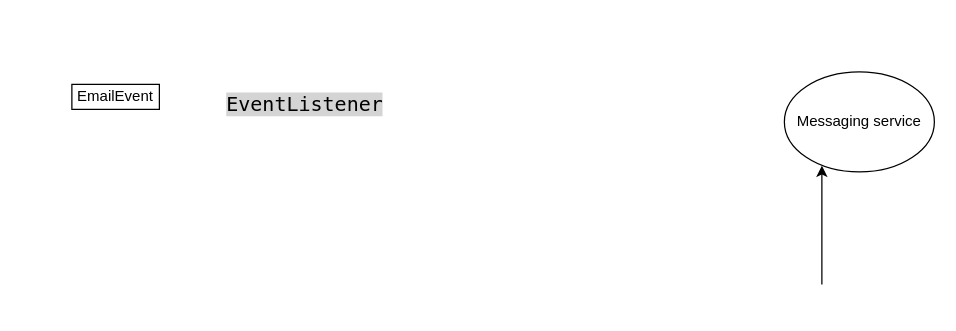
hoa89nguyen/testGIT keeps this draw.io diagram as Untitled Diagram.drawio. Above is the earlier version. Source tidied: cells renumbered, new cells numbered last; positions are measured from the earlier drawing's top-left corner, leaving out a move shared by most shapes. Both pictures are drawn from the tidied source at 125%, with x=0, y=0 at pixel (71, 71).
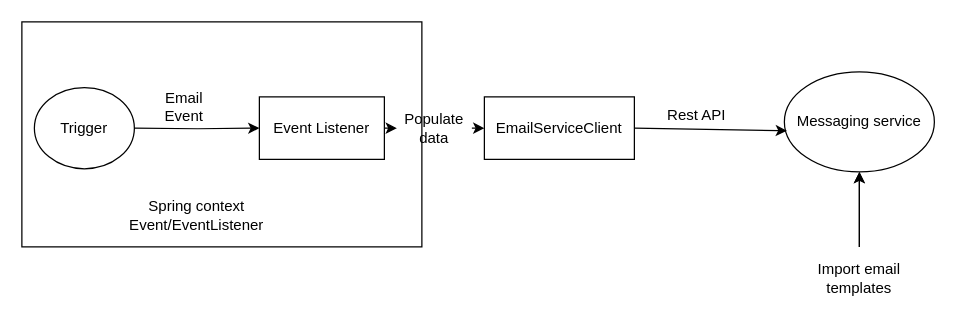
After the change.

What changed in the source:
```diff
@@
 <mxGraphModel>
   <root>
     <mxCell id="0" />
     <mxCell id="1" parent="0" />
-    <mxCell id="2" value="EmailEvent" style="rounded=0;whiteSpace=wrap;html=1;" parent="1" vertex="1">
-      <mxGeometry y="10" width="70" height="20" as="geometry" />
-    </mxCell>
-    <mxCell id="3" value="&lt;span style=&quot;background-color: rgb(255, 255, 255); padding: 0px 0px 0px 2px;&quot;&gt;&lt;span style=&quot;color: rgb(0, 0, 0); background-color: rgb(255, 255, 255); font-family: Menlo; font-size: 12pt; white-space: pre;&quot;&gt;&lt;span style=&quot;color: rgb(0, 0, 0);&quot;&gt;&lt;/span&gt;&lt;span style=&quot;color: rgb(0, 0, 0); background-color: rgb(212, 212, 212);&quot;&gt;EventListener&lt;/span&gt;&lt;/span&gt;&lt;/span&gt;" style="text;whiteSpace=wrap;html=1;" parent="1" vertex="1">
-      <mxGeometry x="120" y="10" width="130" height="40" as="geometry" />
-    </mxCell>
+    <mxCell id="6" style="rounded=0;whiteSpace=wrap;html=1;gradientColor=none;" parent="1" vertex="1">
+      <mxGeometry x="-40" y="-40" width="320" height="180" as="geometry" />
+    </mxCell>
+    <mxCell id="7" style="edgeStyle=orthogonalEdgeStyle;rounded=0;jettySize=auto;html=1;exitX=1;exitY=0.5;exitDx=0;exitDy=0;entryX=0;entryY=0.5;entryDx=0;entryDy=0;" parent="1" edge="1" target="10">
+      <mxGeometry relative="1" as="geometry">
+        <mxPoint x="50" y="45" as="sourcePoint" />
+      </mxGeometry>
+    </mxCell>
     <mxCell id="4" value="Messaging service" style="ellipse;whiteSpace=wrap;html=1;" parent="1" vertex="1">
       <mxGeometry x="570" width="120" height="80" as="geometry" />
     </mxCell>
-    <mxCell id="5" style="endArrow=classic;html=1;rounded=0;entryX=0.25;entryY=0.938;entryDx=0;entryDy=0;entryPerimeter=0;" parent="1" edge="1" target="4">
+    <mxCell id="5" style="endArrow=classic;html=1;rounded=0;entryX=0.5;entryY=1;entryDx=0;entryDy=0;" parent="1" edge="1" target="4">
       <mxGeometry relative="1" as="geometry">
-        <mxPoint x="600" y="170" as="sourcePoint" />
+        <mxPoint x="630" y="140" as="sourcePoint" />
       </mxGeometry>
     </mxCell>
+    <mxCell id="8" style="edgeStyle=orthogonalEdgeStyle;rounded=0;jettySize=auto;html=1;" parent="1" edge="1" source="9" target="4">
+      <mxGeometry relative="1" as="geometry" />
+    </mxCell>
+    <mxCell id="9" value="Import email templates" style="text;html=1;align=center;verticalAlign=middle;whiteSpace=wrap;rounded=0;" parent="1" vertex="1">
+      <mxGeometry x="580" y="140" width="100" height="50" as="geometry" />
+    </mxCell>
+    <mxCell id="10" value="Event Listener" style="rounded=0;whiteSpace=wrap;html=1;" parent="1" vertex="1">
+      <mxGeometry x="150" y="20" width="100" height="50" as="geometry" />
+    </mxCell>
+    <mxCell id="11" value="EmailServiceClient" style="rounded=0;whiteSpace=wrap;html=1;" parent="1" vertex="1">
+      <mxGeometry x="330" y="20" width="120" height="50" as="geometry" />
+    </mxCell>
+    <mxCell id="12" style="endArrow=classic;html=1;rounded=0;exitX=1;exitY=0.5;exitDx=0;exitDy=0;entryX=0.017;entryY=0.588;entryDx=0;entryDy=0;entryPerimeter=0;" parent="1" edge="1" source="11" target="4">
+      <mxGeometry relative="1" as="geometry" />
+    </mxCell>
+    <mxCell id="13" value="Rest API" style="text;html=1;align=center;verticalAlign=middle;whiteSpace=wrap;rounded=0;" parent="1" vertex="1">
+      <mxGeometry x="470" y="20" width="60" height="30" as="geometry" />
+    </mxCell>
+    <mxCell id="14" style="endArrow=classic;html=1;rounded=0;exitX=1;exitY=0.5;exitDx=0;exitDy=0;" parent="1" edge="1" source="19" target="11">
+      <mxGeometry relative="1" as="geometry" />
+    </mxCell>
+    <mxCell id="15" value="Trigger" style="ellipse;whiteSpace=wrap;html=1;" parent="1" vertex="1">
+      <mxGeometry x="-30" y="12.5" width="80" height="65" as="geometry" />
+    </mxCell>
+    <mxCell id="16" value="Email Event" style="text;html=1;align=center;verticalAlign=middle;whiteSpace=wrap;rounded=0;" parent="1" vertex="1">
+      <mxGeometry x="60" y="12.5" width="60" height="30" as="geometry" />
+    </mxCell>
+    <mxCell id="17" value="Spring context Event/EventListener" style="text;html=1;align=center;verticalAlign=middle;whiteSpace=wrap;rounded=0;" parent="1" vertex="1">
+      <mxGeometry x="10" y="100" width="180" height="30" as="geometry" />
+    </mxCell>
+    <mxCell id="18" style="endArrow=classic;html=1;rounded=0;exitX=1;exitY=0.5;exitDx=0;exitDy=0;" parent="1" edge="1" source="10" target="19">
+      <mxGeometry relative="1" as="geometry" />
+    </mxCell>
+    <mxCell id="19" value="Populate data" style="text;html=1;align=center;verticalAlign=middle;whiteSpace=wrap;rounded=0;" parent="1" vertex="1">
+      <mxGeometry x="260" y="30" width="60" height="30" as="geometry" />
+    </mxCell>
   </root>
 </mxGraphModel>
```
